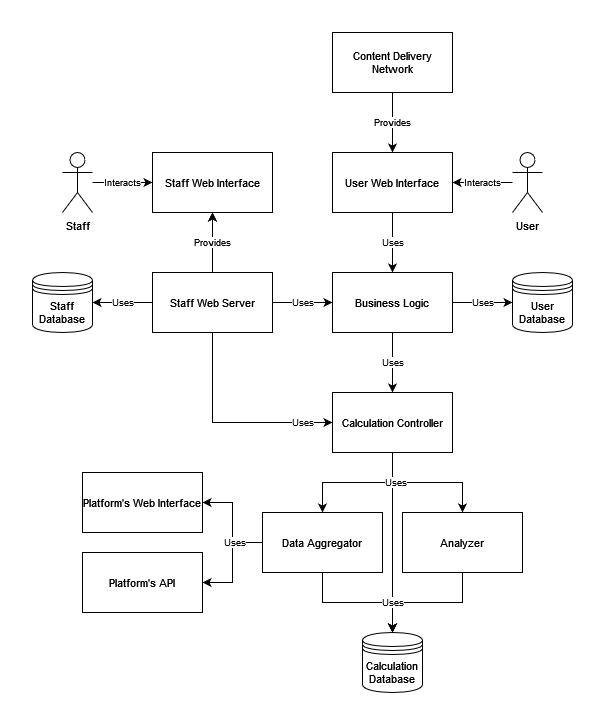
Earlier version of the draw.io export assets/system-design.drawio.png (xaudience/.github). Source tidied: cells renumbered, new cells last; positions are measured from the earlier drawing's top-left corner, leaving out a move shared by most shapes.
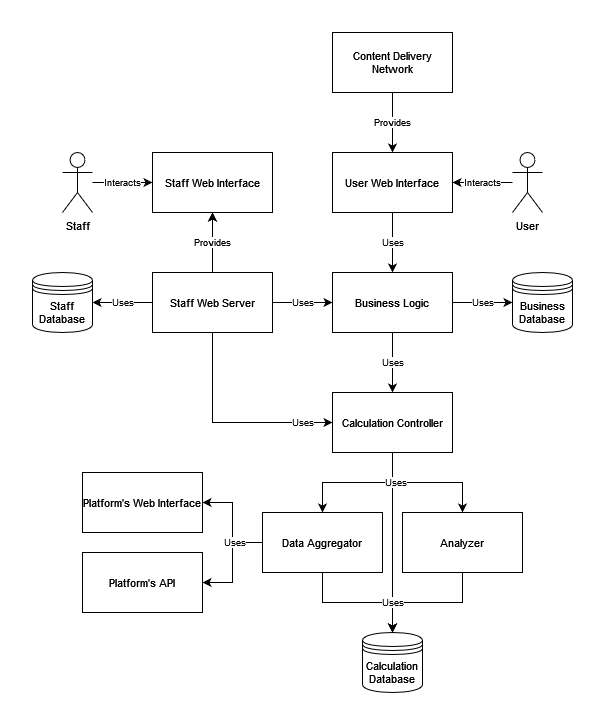
The same file after the commit.

What changed in the source:
```diff
@@ -41,7 +41,7 @@
     <mxCell id="14" value="Business Logic" style="whiteSpace=wrap;html=1;fontFamily=Helvetica;fontSize=11;rounded=0;" parent="1" vertex="1">
       <mxGeometry x="300" y="240" width="120" height="60" as="geometry" />
     </mxCell>
-    <mxCell id="15" value="User Database" style="shape=datastore;whiteSpace=wrap;html=1;fontSize=11;" parent="1" vertex="1">
+    <mxCell id="15" value="Business Database" style="shape=datastore;whiteSpace=wrap;html=1;fontSize=11;" parent="1" vertex="1">
       <mxGeometry x="480" y="240" width="60" height="60" as="geometry" />
     </mxCell>
     <mxCell id="16" style="edgeStyle=orthogonalEdgeStyle;rounded=0;jettySize=auto;html=1;fontSize=9;fontStyle=0;align=center;horizontal=1;" parent="1" edge="1" source="18" target="25">
```
